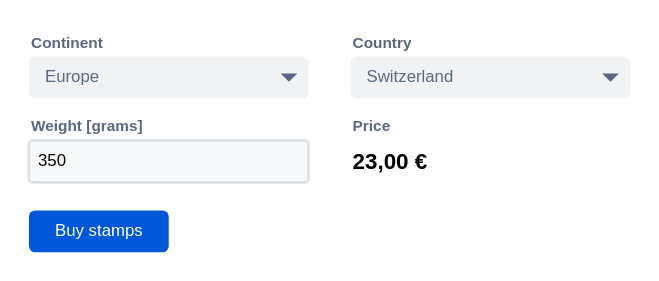
This is images/form-from-hell.svg from unpoly/unpoly3-slides, a draw.io export, as it was before one commit. Source tidied: cells renumbered, new cells last; positions are measured from the earlier drawing's top-left corner, leaving out a move shared by most shapes. The source it was exported from:
```xml
<mxGraphModel>
  <root>
    <mxCell id="0" />
    <mxCell id="1" parent="0" />
    <mxCell id="2" style="rounded=0;whiteSpace=wrap;html=1;fontSize=13;fontColor=#000000;strokeColor=none;" parent="1" vertex="1">
      <mxGeometry width="470" height="200" as="geometry" />
    </mxCell>
    <mxCell id="3" value="Continent" style="fillColor=none;strokeColor=none;html=1;fontSize=11;fontStyle=0;align=left;fontColor=#596780;fontStyle=1;fontSize=11;" parent="1" vertex="1">
      <mxGeometry x="20" y="20" width="200" height="20" as="geometry" />
    </mxCell>
    <mxCell id="4" value="350" style="rounded=1;arcSize=9;fillColor=#F7F8F9;align=left;spacingLeft=5;strokeColor=#DEE1E6;html=1;strokeWidth=2;fontSize=12;" parent="1" vertex="1">
      <mxGeometry x="20" y="100" width="200" height="30" as="geometry" />
    </mxCell>
    <mxCell id="5" value="Europe" style="rounded=1;fillColor=#F1F2F4;strokeColor=none;html=1;fontColor=#596780;align=left;fontSize=12;spacingLeft=10;sketch=0;" parent="1" vertex="1">
      <mxGeometry x="20" y="40" width="200" height="30" as="geometry" />
    </mxCell>
    <mxCell id="6" style="shape=triangle;direction=south;fillColor=#596780;strokeColor=none;html=1;sketch=0;" parent="5" vertex="1">
      <mxGeometry x="1" y="0.5" width="12" height="6" relative="1" as="geometry">
        <mxPoint x="-20" y="-3" as="offset" />
      </mxGeometry>
    </mxCell>
    <mxCell id="7" value="Country" style="fillColor=none;strokeColor=none;html=1;fontSize=11;fontStyle=0;align=left;fontColor=#596780;fontStyle=1;fontSize=11;" parent="1" vertex="1">
      <mxGeometry x="250" y="20" width="200" height="20" as="geometry" />
    </mxCell>
    <mxCell id="8" value="Switzerland" style="rounded=1;fillColor=#F1F2F4;strokeColor=none;html=1;fontColor=#596780;align=left;fontSize=12;spacingLeft=10;sketch=0;" parent="1" vertex="1">
      <mxGeometry x="250" y="40" width="200" height="30" as="geometry" />
    </mxCell>
    <mxCell id="9" style="shape=triangle;direction=south;fillColor=#596780;strokeColor=none;html=1;sketch=0;" parent="8" vertex="1">
      <mxGeometry x="1" y="0.5" width="12" height="6" relative="1" as="geometry">
        <mxPoint x="-20" y="-3" as="offset" />
      </mxGeometry>
    </mxCell>
    <mxCell id="10" value="Weight [grams]" style="fillColor=none;strokeColor=none;html=1;fontSize=11;fontStyle=0;align=left;fontColor=#596780;fontStyle=1;fontSize=11;" parent="1" vertex="1">
      <mxGeometry x="20" y="80" width="200" height="20" as="geometry" />
    </mxCell>
    <mxCell id="11" value="Buy stamps" style="rounded=1;fillColor=#0057D8;align=center;strokeColor=none;html=1;fontColor=#ffffff;fontSize=12;sketch=0;" parent="1" vertex="1">
      <mxGeometry x="20" y="150" width="100" height="30" as="geometry" />
    </mxCell>
    <mxCell id="12" value="Price" style="fillColor=none;strokeColor=none;html=1;fontSize=11;fontStyle=0;align=left;fontColor=#596780;fontStyle=1;fontSize=11;" parent="1" vertex="1">
      <mxGeometry x="250" y="80" width="200" height="20" as="geometry" />
    </mxCell>
    <mxCell id="13" value="&lt;font style=&quot;font-size: 16px;&quot;&gt;23,00 €&lt;/font&gt;" style="fillColor=none;strokeColor=none;html=1;fontSize=12;fontStyle=0;align=left;fontColor=#000000;fontStyle=1;fontSize=11;" parent="1" vertex="1">
      <mxGeometry x="250" y="105" width="120" height="20" as="geometry" />
    </mxCell>
  </root>
</mxGraphModel>
```
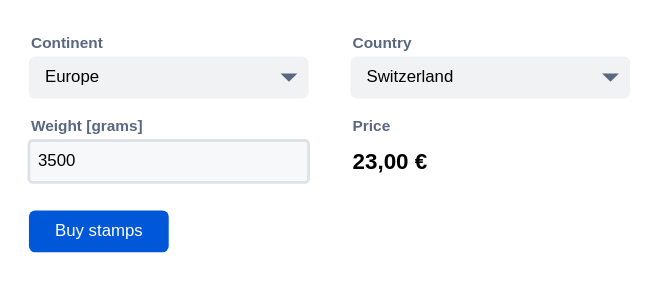
After the change.

The edit, as a diff of the source:
```diff
@@ -8,10 +8,10 @@
     <mxCell id="3" value="Continent" style="fillColor=none;strokeColor=none;html=1;fontSize=11;fontStyle=0;align=left;fontColor=#596780;fontStyle=1;fontSize=11;" parent="1" vertex="1">
       <mxGeometry x="20" y="20" width="200" height="20" as="geometry" />
     </mxCell>
-    <mxCell id="4" value="350" style="rounded=1;arcSize=9;fillColor=#F7F8F9;align=left;spacingLeft=5;strokeColor=#DEE1E6;html=1;strokeWidth=2;fontSize=12;" parent="1" vertex="1">
+    <mxCell id="4" value="3500" style="rounded=1;arcSize=9;fillColor=#F7F8F9;align=left;spacingLeft=5;strokeColor=#DEE1E6;html=1;strokeWidth=2;fontSize=12;fontColor=#000000;" parent="1" vertex="1">
       <mxGeometry x="20" y="100" width="200" height="30" as="geometry" />
     </mxCell>
-    <mxCell id="5" value="Europe" style="rounded=1;fillColor=#F1F2F4;strokeColor=none;html=1;fontColor=#596780;align=left;fontSize=12;spacingLeft=10;sketch=0;" parent="1" vertex="1">
+    <mxCell id="5" value="Europe" style="rounded=1;fillColor=#F1F2F4;strokeColor=none;html=1;fontColor=#000000;align=left;fontSize=12;spacingLeft=10;sketch=0;" parent="1" vertex="1">
       <mxGeometry x="20" y="40" width="200" height="30" as="geometry" />
     </mxCell>
     <mxCell id="6" style="shape=triangle;direction=south;fillColor=#596780;strokeColor=none;html=1;sketch=0;" parent="5" vertex="1">
@@ -22,7 +22,7 @@
     <mxCell id="7" value="Country" style="fillColor=none;strokeColor=none;html=1;fontSize=11;fontStyle=0;align=left;fontColor=#596780;fontStyle=1;fontSize=11;" parent="1" vertex="1">
       <mxGeometry x="250" y="20" width="200" height="20" as="geometry" />
     </mxCell>
-    <mxCell id="8" value="Switzerland" style="rounded=1;fillColor=#F1F2F4;strokeColor=none;html=1;fontColor=#596780;align=left;fontSize=12;spacingLeft=10;sketch=0;" parent="1" vertex="1">
+    <mxCell id="8" value="Switzerland" style="rounded=1;fillColor=#F1F2F4;strokeColor=none;html=1;fontColor=#000000;align=left;fontSize=12;spacingLeft=10;sketch=0;" parent="1" vertex="1">
       <mxGeometry x="250" y="40" width="200" height="30" as="geometry" />
     </mxCell>
     <mxCell id="9" style="shape=triangle;direction=south;fillColor=#596780;strokeColor=none;html=1;sketch=0;" parent="8" vertex="1">
```
